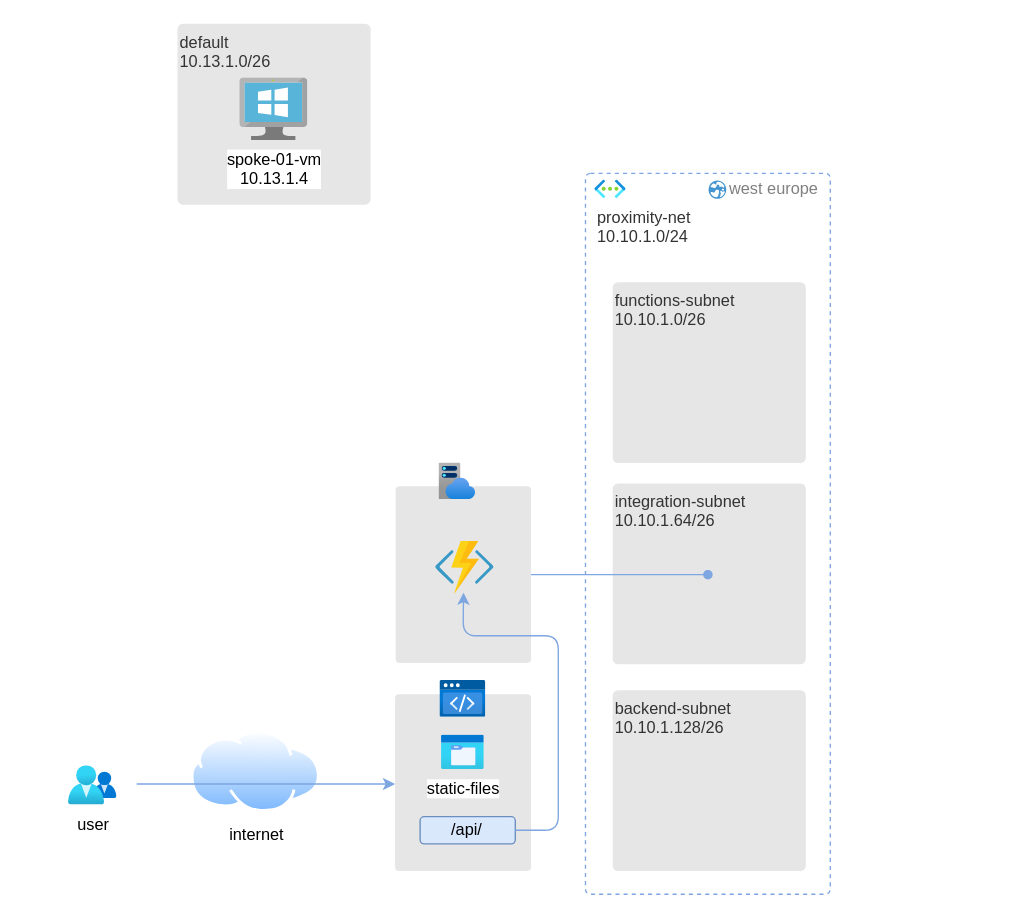
The draw.io diagram deployment/architecture.drawio in nicolgit/proximity, before the edit. Source tidied: cells renumbered, new cells numbered last; positions are measured from the earlier drawing's top-left corner, leaving out a move shared by most shapes. Both pictures are drawn from the tidied source at 136%, with x=0, y=0 at pixel (68, 23).
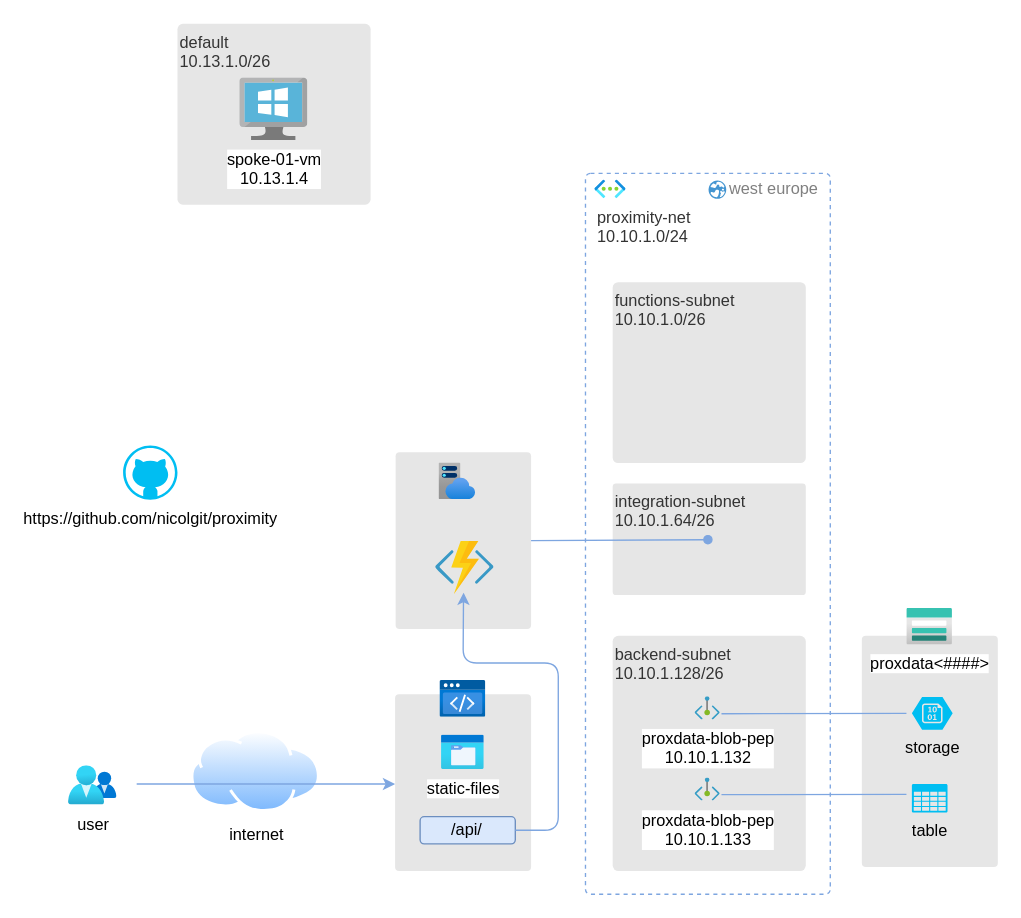
The same diagram, later.

Unchanged cells that the change refers to:
```xml
<mxCell id="13" style="image;sketch=0;html=1;points=[];align=center;fontSize=12;image=img/lib/mscae/Functions.svg;" parent="1" vertex="1">
  <mxGeometry x="270" y="380.5" width="42.9" height="39.5" as="geometry" />
</mxCell>
<mxCell id="17" value="/api/" style="rounded=1;whiteSpace=wrap;html=1;fillColor=#dae8fc;strokeColor=#6c8ebf;" parent="1" vertex="1">
  <mxGeometry x="258.4" y="583" width="70" height="20" as="geometry" />
</mxCell>
```

Change to the diagram source:
```diff
@@
+    <mxCell id="23" style="rounded=1;whiteSpace=wrap;html=1;fontSize=12;arcSize=3;strokeColor=none;fillColor=#E6E6E6;align=left;verticalAlign=top;fontColor=#333333;fontFamily=Helvetica;" parent="1" vertex="1">
+      <mxGeometry x="583.2" y="450" width="100" height="170" as="geometry" />
+    </mxCell>
@@
     <mxCell id="3" style="rounded=1;whiteSpace=wrap;html=1;fontSize=12;arcSize=3;strokeColor=none;fillColor=#E6E6E6;align=left;verticalAlign=top;fontColor=#333333;fontFamily=Helvetica;" parent="1" vertex="1">
-      <mxGeometry x="240.4" y="340" width="99.6" height="130" as="geometry" />
+      <mxGeometry x="240.4" y="315" width="99.6" height="130" as="geometry" />
     </mxCell>
@@
     <mxCell id="11" value="integration-subnet&lt;br&gt;10.10.1.64/26" style="rounded=1;whiteSpace=wrap;html=1;fontSize=12;arcSize=3;strokeColor=none;fillColor=#E6E6E6;align=left;verticalAlign=top;fontColor=#333333;fontFamily=Helvetica;" parent="1" vertex="1">
-      <mxGeometry x="400" y="338" width="142" height="133" as="geometry" />
+      <mxGeometry x="400" y="338" width="142" height="82" as="geometry" />
     </mxCell>
     <mxCell id="12" value="backend-subnet&lt;br&gt;10.10.1.128/26" style="rounded=1;whiteSpace=wrap;html=1;fontSize=12;arcSize=3;strokeColor=none;fillColor=#E6E6E6;align=left;verticalAlign=top;fontColor=#333333;fontFamily=Helvetica;" parent="1" vertex="1">
-      <mxGeometry x="400" y="490" width="142" height="133" as="geometry" />
+      <mxGeometry x="400" y="450" width="142" height="173" as="geometry" />
     </mxCell>
@@
     <mxCell id="22" style="endArrow=classic;html=1;rounded=1;entryX=0.474;entryY=0.956;entryDx=0;entryDy=0;entryPerimeter=0;curved=0;strokeColor=#7EA6E0;exitX=1;exitY=0.5;exitDx=0;exitDy=0;" parent="1" edge="1" source="17" target="13">
       <mxGeometry relative="1" as="geometry">
         <Array as="points">
           <mxPoint x="360" y="593" />
-          <mxPoint x="360" y="450" />
-          <mxPoint x="290" y="450" />
+          <mxPoint x="360" y="470" />
+          <mxPoint x="290" y="470" />
         </Array>
       </mxGeometry>
     </mxCell>
+    <mxCell id="24" value="table" style="verticalLabelPosition=bottom;html=1;verticalAlign=top;align=center;strokeColor=none;fillColor=#00BEF2;shape=mxgraph.azure.storage;" parent="1" vertex="1">
+      <mxGeometry x="620" y="559" width="26.2" height="21" as="geometry" />
+    </mxCell>
+    <mxCell id="25" value="storage" style="verticalLabelPosition=bottom;html=1;verticalAlign=top;align=center;strokeColor=none;fillColor=#00BEF2;shape=mxgraph.azure.storage_blob;" parent="1" vertex="1">
+      <mxGeometry x="620" y="495" width="30" height="24" as="geometry" />
+    </mxCell>
+    <mxCell id="26" value="proxdata&amp;lt;####&amp;gt;" style="image;html=1;align=center;fontSize=12;image=img/lib/azure2/storage/Storage_Accounts.svg;" parent="1" vertex="1">
+      <mxGeometry x="616.4" y="430" width="33.6" height="26.9" as="geometry" />
+    </mxCell>
+    <mxCell id="27" value="&lt;div&gt;proxdata-blob-pep&lt;/div&gt;&lt;div&gt;10.10.1.132&lt;/div&gt;" style="image;html=1;align=center;fontSize=12;image=img/lib/azure2/networking/Private_Endpoint.svg;" parent="1" vertex="1">
+      <mxGeometry x="460.7" y="495" width="18.5" height="17" as="geometry" />
+    </mxCell>
+    <mxCell id="28" style="endArrow=none;html=1;rounded=1;curved=0;strokeColor=#7EA6E0;exitX=0.493;exitY=0.451;exitDx=0;exitDy=0;endFill=0;exitPerimeter=0;" parent="1" edge="1">
+      <mxGeometry relative="1" as="geometry">
+        <mxPoint x="480" y="507.3" as="sourcePoint" />
+        <mxPoint x="616" y="507" as="targetPoint" />
+      </mxGeometry>
+    </mxCell>
+    <mxCell id="29" value="&lt;div&gt;&lt;span style=&quot;background-color: light-dark(#ffffff, var(--ge-dark-color, #121212)); color: light-dark(rgb(0, 0, 0), rgb(255, 255, 255));&quot;&gt;proxdata-blob-pep&lt;/span&gt;&lt;/div&gt;&lt;div&gt;10.10.1.133&lt;/div&gt;" style="image;html=1;align=center;fontSize=12;image=img/lib/azure2/networking/Private_Endpoint.svg;" parent="1" vertex="1">
+      <mxGeometry x="460.7" y="554.6" width="18.5" height="17" as="geometry" />
+    </mxCell>
+    <mxCell id="30" style="endArrow=none;html=1;rounded=1;curved=0;strokeColor=#7EA6E0;exitX=0.493;exitY=0.451;exitDx=0;exitDy=0;endFill=0;exitPerimeter=0;" parent="1" edge="1">
+      <mxGeometry relative="1" as="geometry">
+        <mxPoint x="480" y="566.8" as="sourcePoint" />
+        <mxPoint x="616" y="566.6" as="targetPoint" />
+      </mxGeometry>
+    </mxCell>
+    <mxCell id="31" value="&lt;div&gt;&lt;span style=&quot;background-color: transparent; color: light-dark(rgb(0, 0, 0), rgb(255, 255, 255));&quot;&gt;https://github.com/nicolgit/proximity&lt;/span&gt;&lt;/div&gt;" style="verticalLabelPosition=bottom;html=1;verticalAlign=top;align=center;strokeColor=none;fillColor=#00BEF2;shape=mxgraph.azure.github_code;labelPosition=center;" parent="1" vertex="1">
+      <mxGeometry x="40" y="310" width="40" height="40" as="geometry" />
+    </mxCell>
```
